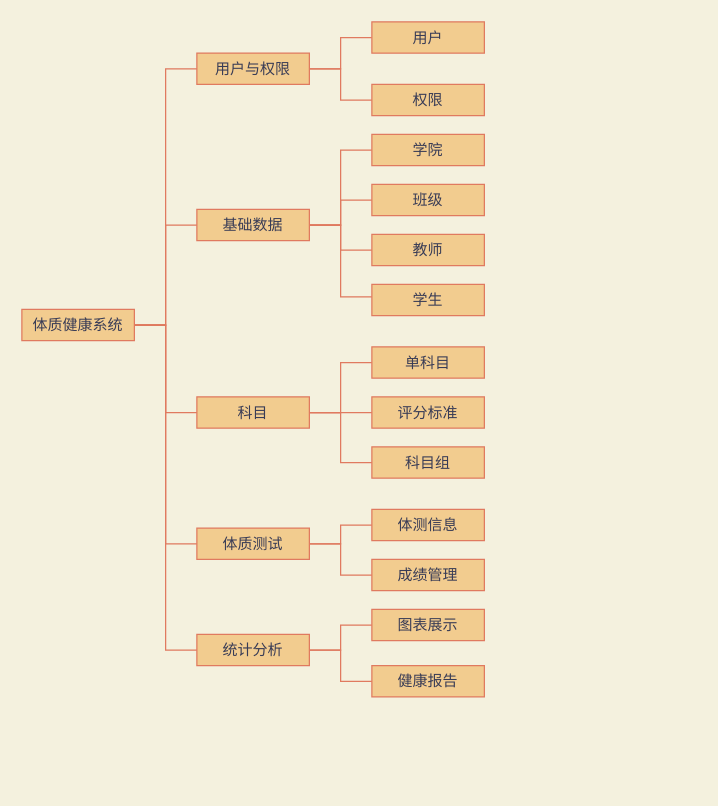
Above: docs/img-raw/功能模块.drawio in rufeng-h/healthman (draw.io), before the change. Source tidied: cells renumbered, new cells numbered last; positions are measured from the earlier drawing's top-left corner, leaving out a move shared by most shapes. Both pictures are drawn from the tidied source at 125%, with x=0, y=0 at pixel (21, 21).
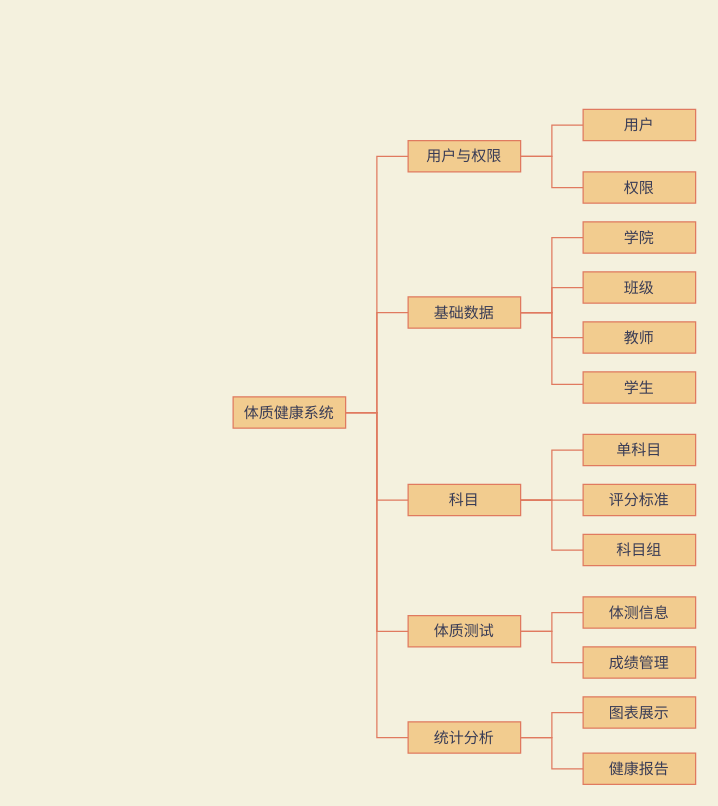
The same page after the edit.

The edit, as a diff of the source:
```diff
@@
+    <mxCell id="39" style="group;" parent="1" vertex="1">
+      <mxGeometry x="169" y="70" width="370" height="540" as="geometry" />
+    </mxCell>
-    <mxCell id="2" value="体质健康系统" style="whiteSpace=wrap;html=1;fillColor=#F2CC8F;strokeColor=#E07A5F;fontColor=#393C56;sketch=0;" parent="1" vertex="1">
+    <mxCell id="2" value="体质健康系统" style="whiteSpace=wrap;html=1;fillColor=#F2CC8F;strokeColor=#E07A5F;fontColor=#393C56;sketch=0;direction=west;" parent="39" vertex="1">
       <mxGeometry y="230" width="90" height="25" as="geometry" />
     </mxCell>
-    <mxCell id="3" value="用户与权限" style="whiteSpace=wrap;html=1;fillColor=#F2CC8F;strokeColor=#E07A5F;fontColor=#393C56;sketch=0;" parent="1" vertex="1">
+    <mxCell id="3" value="用户与权限" style="whiteSpace=wrap;html=1;fillColor=#F2CC8F;strokeColor=#E07A5F;fontColor=#393C56;sketch=0;direction=west;" parent="39" vertex="1">
       <mxGeometry x="140" y="25" width="90" height="25" as="geometry" />
     </mxCell>
-    <mxCell id="4" style="edgeStyle=elbowEdgeStyle;elbow=horizontal;html=1;rounded=0;endArrow=none;endFill=0;strokeColor=#E07A5F;fontColor=#393C56;sketch=0;labelBackgroundColor=#F4F1DE;" parent="1" edge="1" source="2" target="3">
-      <mxGeometry x="-390" y="-603.6" as="geometry" />
+    <mxCell id="4" style="edgeStyle=elbowEdgeStyle;elbow=horizontal;html=1;rounded=0;endArrow=none;endFill=0;strokeColor=#E07A5F;fontColor=#393C56;sketch=0;labelBackgroundColor=#F4F1DE;" parent="39" edge="1" source="2" target="3">
+      <mxGeometry x="-450" y="-1453.6" as="geometry" />
     </mxCell>
-    <mxCell id="5" value="基础数据" style="whiteSpace=wrap;html=1;fillColor=#F2CC8F;strokeColor=#E07A5F;fontColor=#393C56;sketch=0;" parent="1" vertex="1">
+    <mxCell id="5" value="基础数据" style="whiteSpace=wrap;html=1;fillColor=#F2CC8F;strokeColor=#E07A5F;fontColor=#393C56;sketch=0;direction=west;" parent="39" vertex="1">
       <mxGeometry x="140" y="150" width="90" height="25" as="geometry" />
     </mxCell>
-    <mxCell id="6" style="edgeStyle=elbowEdgeStyle;elbow=horizontal;html=1;rounded=0;endArrow=none;endFill=0;strokeColor=#E07A5F;fontColor=#393C56;sketch=0;jumpSize=2;labelBackgroundColor=#F4F1DE;" parent="1" edge="1" source="2" target="5">
-      <mxGeometry x="-390" y="-603.6" as="geometry" />
+    <mxCell id="6" style="edgeStyle=elbowEdgeStyle;elbow=horizontal;html=1;rounded=0;endArrow=none;endFill=0;strokeColor=#E07A5F;fontColor=#393C56;sketch=0;jumpSize=2;labelBackgroundColor=#F4F1DE;" parent="39" edge="1" source="2" target="5">
+      <mxGeometry x="-450" y="-1453.6" as="geometry" />
     </mxCell>
-    <mxCell id="7" style="edgeStyle=elbowEdgeStyle;elbow=horizontal;html=1;rounded=0;endArrow=none;endFill=0;strokeColor=#E07A5F;fontColor=#393C56;sketch=0;labelBackgroundColor=#F4F1DE;" parent="1" edge="1" source="3" target="8">
-      <mxGeometry x="-390" y="-588.6" as="geometry" />
+    <mxCell id="7" style="edgeStyle=elbowEdgeStyle;elbow=horizontal;html=1;rounded=0;endArrow=none;endFill=0;strokeColor=#E07A5F;fontColor=#393C56;sketch=0;labelBackgroundColor=#F4F1DE;" parent="39" edge="1" source="3" target="8">
+      <mxGeometry x="-450" y="-1438.6" as="geometry" />
     </mxCell>
-    <mxCell id="8" value="用户" style="whiteSpace=wrap;html=1;fillColor=#F2CC8F;strokeColor=#E07A5F;fontColor=#393C56;sketch=0;" parent="1" vertex="1">
+    <mxCell id="8" value="用户" style="whiteSpace=wrap;html=1;fillColor=#F2CC8F;strokeColor=#E07A5F;fontColor=#393C56;sketch=0;direction=west;" parent="39" vertex="1">
       <mxGeometry x="280" width="90" height="25" as="geometry" />
     </mxCell>
-    <mxCell id="9" style="edgeStyle=elbowEdgeStyle;elbow=horizontal;html=1;rounded=0;endArrow=none;endFill=0;strokeColor=#E07A5F;fontColor=#393C56;sketch=0;labelBackgroundColor=#F4F1DE;" parent="1" edge="1" source="5" target="10">
-      <mxGeometry x="-390" y="-603.6" as="geometry" />
+    <mxCell id="9" style="edgeStyle=elbowEdgeStyle;elbow=horizontal;html=1;rounded=0;endArrow=none;endFill=0;strokeColor=#E07A5F;fontColor=#393C56;sketch=0;labelBackgroundColor=#F4F1DE;" parent="39" edge="1" source="5" target="10">
+      <mxGeometry x="-450" y="-1453.6" as="geometry" />
     </mxCell>
-    <mxCell id="10" value="学院" style="whiteSpace=wrap;html=1;fillColor=#F2CC8F;strokeColor=#E07A5F;fontColor=#393C56;sketch=0;" parent="1" vertex="1">
+    <mxCell id="10" value="学院" style="whiteSpace=wrap;html=1;fillColor=#F2CC8F;strokeColor=#E07A5F;fontColor=#393C56;sketch=0;direction=west;" parent="39" vertex="1">
       <mxGeometry x="280" y="90" width="90" height="25" as="geometry" />
     </mxCell>
-    <mxCell id="11" value="科目" style="whiteSpace=wrap;html=1;fillColor=#F2CC8F;strokeColor=#E07A5F;fontColor=#393C56;sketch=0;" parent="1" vertex="1">
+    <mxCell id="11" value="科目" style="whiteSpace=wrap;html=1;fillColor=#F2CC8F;strokeColor=#E07A5F;fontColor=#393C56;sketch=0;direction=west;" parent="39" vertex="1">
       <mxGeometry x="140" y="300" width="90" height="25" as="geometry" />
     </mxCell>
-    <mxCell id="12" value="体质测试" style="whiteSpace=wrap;html=1;fillColor=#F2CC8F;strokeColor=#E07A5F;fontColor=#393C56;movableLabel=0;sketch=0;" parent="1" vertex="1">
+    <mxCell id="12" value="体质测试" style="whiteSpace=wrap;html=1;fillColor=#F2CC8F;strokeColor=#E07A5F;fontColor=#393C56;movableLabel=0;sketch=0;direction=west;" parent="39" vertex="1">
       <mxGeometry x="140" y="405" width="90" height="25" as="geometry" />
     </mxCell>
-    <mxCell id="13" style="edgeStyle=elbowEdgeStyle;elbow=horizontal;html=1;rounded=0;endArrow=none;endFill=0;strokeColor=#E07A5F;fontColor=#393C56;sketch=0;labelBackgroundColor=#F4F1DE;" parent="1" edge="1" source="2" target="11">
-      <mxGeometry x="-390" y="-603.6" as="geometry" />
+    <mxCell id="13" style="edgeStyle=elbowEdgeStyle;elbow=horizontal;html=1;rounded=0;endArrow=none;endFill=0;strokeColor=#E07A5F;fontColor=#393C56;sketch=0;labelBackgroundColor=#F4F1DE;" parent="39" edge="1" source="2" target="11">
+      <mxGeometry x="-450" y="-1453.6" as="geometry" />
     </mxCell>
-    <mxCell id="14" style="edgeStyle=elbowEdgeStyle;elbow=horizontal;html=1;rounded=0;endArrow=none;endFill=0;strokeColor=#E07A5F;fontColor=#393C56;sketch=0;labelBackgroundColor=#F4F1DE;" parent="1" edge="1" source="2" target="12">
-      <mxGeometry x="-390" y="-603.6" as="geometry" />
+    <mxCell id="14" style="edgeStyle=elbowEdgeStyle;elbow=horizontal;html=1;rounded=0;endArrow=none;endFill=0;strokeColor=#E07A5F;fontColor=#393C56;sketch=0;labelBackgroundColor=#F4F1DE;" parent="39" edge="1" source="2" target="12">
+      <mxGeometry x="-450" y="-1453.6" as="geometry" />
     </mxCell>
-    <mxCell id="15" value="统计分析" style="whiteSpace=wrap;html=1;fillColor=#F2CC8F;strokeColor=#E07A5F;fontColor=#393C56;sketch=0;" parent="1" vertex="1">
+    <mxCell id="15" value="统计分析" style="whiteSpace=wrap;html=1;fillColor=#F2CC8F;strokeColor=#E07A5F;fontColor=#393C56;sketch=0;direction=west;" parent="39" vertex="1">
       <mxGeometry x="140" y="490" width="90" height="25" as="geometry" />
     </mxCell>
-    <mxCell id="16" style="edgeStyle=elbowEdgeStyle;elbow=horizontal;html=1;rounded=0;endArrow=none;endFill=0;strokeColor=#E07A5F;fontColor=#393C56;sketch=0;labelBackgroundColor=#F4F1DE;" parent="1" edge="1" source="2" target="15">
-      <mxGeometry x="-390" y="-603.6" as="geometry" />
+    <mxCell id="16" style="edgeStyle=elbowEdgeStyle;elbow=horizontal;html=1;rounded=0;endArrow=none;endFill=0;strokeColor=#E07A5F;fontColor=#393C56;sketch=0;labelBackgroundColor=#F4F1DE;" parent="39" edge="1" source="2" target="15">
+      <mxGeometry x="-450" y="-1453.6" as="geometry" />
     </mxCell>
-    <mxCell id="17" value="权限" style="whiteSpace=wrap;html=1;fillColor=#F2CC8F;strokeColor=#E07A5F;fontColor=#393C56;sketch=0;" parent="1" vertex="1">
+    <mxCell id="17" value="权限" style="whiteSpace=wrap;html=1;fillColor=#F2CC8F;strokeColor=#E07A5F;fontColor=#393C56;sketch=0;direction=west;" parent="39" vertex="1">
       <mxGeometry x="280" y="50" width="90" height="25" as="geometry" />
     </mxCell>
-    <mxCell id="18" style="edgeStyle=elbowEdgeStyle;elbow=horizontal;html=1;rounded=0;endArrow=none;endFill=0;strokeColor=#E07A5F;fontColor=#393C56;sketch=0;labelBackgroundColor=#F4F1DE;" parent="1" edge="1" source="3" target="17">
-      <mxGeometry x="-390" y="-588.6" as="geometry" />
+    <mxCell id="18" style="edgeStyle=elbowEdgeStyle;elbow=horizontal;html=1;rounded=0;endArrow=none;endFill=0;strokeColor=#E07A5F;fontColor=#393C56;sketch=0;labelBackgroundColor=#F4F1DE;" parent="39" edge="1" source="3" target="17">
+      <mxGeometry x="-450" y="-1438.6" as="geometry" />
     </mxCell>
-    <mxCell id="19" value="班级" style="whiteSpace=wrap;html=1;fillColor=#F2CC8F;strokeColor=#E07A5F;fontColor=#393C56;sketch=0;" parent="1" vertex="1">
+    <mxCell id="19" value="班级" style="whiteSpace=wrap;html=1;fillColor=#F2CC8F;strokeColor=#E07A5F;fontColor=#393C56;sketch=0;direction=west;" parent="39" vertex="1">
       <mxGeometry x="280" y="130" width="90" height="25" as="geometry" />
     </mxCell>
-    <mxCell id="20" style="edgeStyle=elbowEdgeStyle;elbow=horizontal;html=1;rounded=0;endArrow=none;endFill=0;strokeColor=#E07A5F;fontColor=#393C56;sketch=0;labelBackgroundColor=#F4F1DE;" parent="1" edge="1" source="5" target="19">
-      <mxGeometry x="-390" y="-603.6" as="geometry" />
+    <mxCell id="20" style="edgeStyle=elbowEdgeStyle;elbow=horizontal;html=1;rounded=0;endArrow=none;endFill=0;strokeColor=#E07A5F;fontColor=#393C56;sketch=0;labelBackgroundColor=#F4F1DE;" parent="39" edge="1" source="5" target="19">
+      <mxGeometry x="-450" y="-1453.6" as="geometry" />
     </mxCell>
-    <mxCell id="21" value="教师" style="whiteSpace=wrap;html=1;fillColor=#F2CC8F;strokeColor=#E07A5F;fontColor=#393C56;sketch=0;" parent="1" vertex="1">
+    <mxCell id="21" value="教师" style="whiteSpace=wrap;html=1;fillColor=#F2CC8F;strokeColor=#E07A5F;fontColor=#393C56;sketch=0;direction=west;" parent="39" vertex="1">
       <mxGeometry x="280" y="170" width="90" height="25" as="geometry" />
     </mxCell>
-    <mxCell id="22" style="edgeStyle=elbowEdgeStyle;elbow=horizontal;html=1;rounded=0;endArrow=none;endFill=0;strokeColor=#E07A5F;fontColor=#393C56;sketch=0;labelBackgroundColor=#F4F1DE;" parent="1" edge="1" source="5" target="21">
-      <mxGeometry x="-390" y="-603.6" as="geometry" />
+    <mxCell id="22" style="edgeStyle=elbowEdgeStyle;elbow=horizontal;html=1;rounded=0;endArrow=none;endFill=0;strokeColor=#E07A5F;fontColor=#393C56;sketch=0;labelBackgroundColor=#F4F1DE;" parent="39" edge="1" source="5" target="21">
+      <mxGeometry x="-450" y="-1453.6" as="geometry" />
     </mxCell>
-    <mxCell id="23" value="学生" style="whiteSpace=wrap;html=1;fillColor=#F2CC8F;strokeColor=#E07A5F;fontColor=#393C56;sketch=0;" parent="1" vertex="1">
+    <mxCell id="23" value="学生" style="whiteSpace=wrap;html=1;fillColor=#F2CC8F;strokeColor=#E07A5F;fontColor=#393C56;sketch=0;direction=west;" parent="39" vertex="1">
       <mxGeometry x="280" y="210" width="90" height="25" as="geometry" />
     </mxCell>
-    <mxCell id="24" style="edgeStyle=elbowEdgeStyle;elbow=horizontal;html=1;endArrow=none;endFill=0;strokeColor=#E07A5F;fontColor=#393C56;sketch=0;startSize=11;jumpSize=1;jumpStyle=gap;targetPerimeterSpacing=0;sourcePerimeterSpacing=0;endSize=11;rounded=0;labelBackgroundColor=#F4F1DE;" parent="1" edge="1" source="5" target="23">
-      <mxGeometry x="-390" y="-603.6" as="geometry">
+    <mxCell id="24" style="edgeStyle=elbowEdgeStyle;elbow=horizontal;html=1;endArrow=none;endFill=0;strokeColor=#E07A5F;fontColor=#393C56;sketch=0;startSize=11;jumpSize=1;jumpStyle=gap;targetPerimeterSpacing=0;sourcePerimeterSpacing=0;endSize=11;rounded=0;labelBackgroundColor=#F4F1DE;" parent="39" edge="1" source="5" target="23">
+      <mxGeometry x="-450" y="-1453.6" as="geometry">
         <Array as="points">
           <mxPoint x="255" y="220" />
           <mxPoint x="255" y="210" />
         </Array>
       </mxGeometry>
     </mxCell>
-    <mxCell id="25" style="edgeStyle=elbowEdgeStyle;elbow=horizontal;html=1;rounded=0;endArrow=none;endFill=0;strokeColor=#E07A5F;fontColor=#393C56;sketch=0;labelBackgroundColor=#F4F1DE;" parent="1" edge="1" source="11" target="26">
-      <mxGeometry x="-390" y="-603.6" as="geometry" />
+    <mxCell id="25" style="edgeStyle=elbowEdgeStyle;elbow=horizontal;html=1;rounded=0;endArrow=none;endFill=0;strokeColor=#E07A5F;fontColor=#393C56;sketch=0;labelBackgroundColor=#F4F1DE;" parent="39" edge="1" source="11" target="26">
+      <mxGeometry x="-450" y="-1453.6" as="geometry" />
     </mxCell>
-    <mxCell id="26" value="单科目" style="whiteSpace=wrap;html=1;fillColor=#F2CC8F;strokeColor=#E07A5F;fontColor=#393C56;sketch=0;" parent="1" vertex="1">
+    <mxCell id="26" value="单科目" style="whiteSpace=wrap;html=1;fillColor=#F2CC8F;strokeColor=#E07A5F;fontColor=#393C56;sketch=0;direction=west;" parent="39" vertex="1">
       <mxGeometry x="280" y="260" width="90" height="25" as="geometry" />
     </mxCell>
-    <mxCell id="27" value="评分标准" style="whiteSpace=wrap;html=1;fillColor=#F2CC8F;strokeColor=#E07A5F;fontColor=#393C56;sketch=0;" parent="1" vertex="1">
+    <mxCell id="27" value="评分标准" style="whiteSpace=wrap;html=1;fillColor=#F2CC8F;strokeColor=#E07A5F;fontColor=#393C56;sketch=0;direction=west;" parent="39" vertex="1">
       <mxGeometry x="280" y="300" width="90" height="25" as="geometry" />
     </mxCell>
-    <mxCell id="28" style="edgeStyle=elbowEdgeStyle;elbow=horizontal;html=1;rounded=0;endArrow=none;endFill=0;strokeColor=#E07A5F;fontColor=#393C56;sketch=0;labelBackgroundColor=#F4F1DE;" parent="1" edge="1" source="11" target="27">
-      <mxGeometry x="-390" y="-603.6" as="geometry" />
+    <mxCell id="28" style="edgeStyle=elbowEdgeStyle;elbow=horizontal;html=1;rounded=0;endArrow=none;endFill=0;strokeColor=#E07A5F;fontColor=#393C56;sketch=0;labelBackgroundColor=#F4F1DE;" parent="39" edge="1" source="11" target="27">
+      <mxGeometry x="-450" y="-1453.6" as="geometry" />
     </mxCell>
-    <mxCell id="29" value="科目组" style="whiteSpace=wrap;html=1;fillColor=#F2CC8F;strokeColor=#E07A5F;fontColor=#393C56;sketch=0;" parent="1" vertex="1">
+    <mxCell id="29" value="科目组" style="whiteSpace=wrap;html=1;fillColor=#F2CC8F;strokeColor=#E07A5F;fontColor=#393C56;sketch=0;direction=west;" parent="39" vertex="1">
       <mxGeometry x="280" y="340" width="90" height="25" as="geometry" />
     </mxCell>
-    <mxCell id="30" style="edgeStyle=elbowEdgeStyle;elbow=horizontal;html=1;rounded=0;endArrow=none;endFill=0;strokeColor=#E07A5F;fontColor=#393C56;sketch=0;labelBackgroundColor=#F4F1DE;" parent="1" edge="1" source="11" target="29">
-      <mxGeometry x="-390" y="-603.6" as="geometry" />
+    <mxCell id="30" style="edgeStyle=elbowEdgeStyle;elbow=horizontal;html=1;rounded=0;endArrow=none;endFill=0;strokeColor=#E07A5F;fontColor=#393C56;sketch=0;labelBackgroundColor=#F4F1DE;" parent="39" edge="1" source="11" target="29">
+      <mxGeometry x="-450" y="-1453.6" as="geometry" />
     </mxCell>
-    <mxCell id="31" style="edgeStyle=elbowEdgeStyle;elbow=horizontal;html=1;rounded=0;endArrow=none;endFill=0;strokeColor=#E07A5F;fontColor=#393C56;sketch=0;labelBackgroundColor=#F4F1DE;" parent="1" edge="1" source="12" target="32">
-      <mxGeometry x="-390" y="-603.6" as="geometry" />
+    <mxCell id="31" style="edgeStyle=elbowEdgeStyle;elbow=horizontal;html=1;rounded=0;endArrow=none;endFill=0;strokeColor=#E07A5F;fontColor=#393C56;sketch=0;labelBackgroundColor=#F4F1DE;" parent="39" edge="1" source="12" target="32">
+      <mxGeometry x="-450" y="-1453.6" as="geometry" />
     </mxCell>
-    <mxCell id="32" value="体测信息" style="whiteSpace=wrap;html=1;fillColor=#F2CC8F;strokeColor=#E07A5F;fontColor=#393C56;sketch=0;" parent="1" vertex="1">
+    <mxCell id="32" value="体测信息" style="whiteSpace=wrap;html=1;fillColor=#F2CC8F;strokeColor=#E07A5F;fontColor=#393C56;sketch=0;direction=west;" parent="39" vertex="1">
       <mxGeometry x="280" y="390" width="90" height="25" as="geometry" />
     </mxCell>
-    <mxCell id="33" value="成绩管理" style="whiteSpace=wrap;html=1;fillColor=#F2CC8F;strokeColor=#E07A5F;fontColor=#393C56;sketch=0;" parent="1" vertex="1">
+    <mxCell id="33" value="成绩管理" style="whiteSpace=wrap;html=1;fillColor=#F2CC8F;strokeColor=#E07A5F;fontColor=#393C56;sketch=0;direction=west;" parent="39" vertex="1">
       <mxGeometry x="280" y="430" width="90" height="25" as="geometry" />
     </mxCell>
-    <mxCell id="34" style="edgeStyle=elbowEdgeStyle;elbow=horizontal;html=1;rounded=0;endArrow=none;endFill=0;strokeColor=#E07A5F;fontColor=#393C56;sketch=0;labelBackgroundColor=#F4F1DE;" parent="1" edge="1" source="12" target="33">
-      <mxGeometry x="-390" y="-603.6" as="geometry" />
+    <mxCell id="34" style="edgeStyle=elbowEdgeStyle;elbow=horizontal;html=1;rounded=0;endArrow=none;endFill=0;strokeColor=#E07A5F;fontColor=#393C56;sketch=0;labelBackgroundColor=#F4F1DE;" parent="39" edge="1" source="12" target="33">
+      <mxGeometry x="-450" y="-1453.6" as="geometry" />
     </mxCell>
-    <mxCell id="35" style="edgeStyle=elbowEdgeStyle;elbow=horizontal;html=1;rounded=0;endArrow=none;endFill=0;strokeColor=#E07A5F;fontColor=#393C56;sketch=0;labelBackgroundColor=#F4F1DE;" parent="1" edge="1" source="15" target="36">
-      <mxGeometry x="-390" y="-603.6" as="geometry" />
+    <mxCell id="35" style="edgeStyle=elbowEdgeStyle;elbow=horizontal;html=1;rounded=0;endArrow=none;endFill=0;strokeColor=#E07A5F;fontColor=#393C56;sketch=0;labelBackgroundColor=#F4F1DE;" parent="39" edge="1" source="15" target="36">
+      <mxGeometry x="-450" y="-1453.6" as="geometry" />
     </mxCell>
-    <mxCell id="36" value="图表展示" style="whiteSpace=wrap;html=1;fillColor=#F2CC8F;strokeColor=#E07A5F;fontColor=#393C56;sketch=0;" parent="1" vertex="1">
+    <mxCell id="36" value="图表展示" style="whiteSpace=wrap;html=1;fillColor=#F2CC8F;strokeColor=#E07A5F;fontColor=#393C56;sketch=0;direction=west;" parent="39" vertex="1">
       <mxGeometry x="280" y="470" width="90" height="25" as="geometry" />
     </mxCell>
-    <mxCell id="37" value="健康报告" style="whiteSpace=wrap;html=1;fillColor=#F2CC8F;strokeColor=#E07A5F;fontColor=#393C56;sketch=0;" parent="1" vertex="1">
+    <mxCell id="37" value="健康报告" style="whiteSpace=wrap;html=1;fillColor=#F2CC8F;strokeColor=#E07A5F;fontColor=#393C56;sketch=0;direction=west;" parent="39" vertex="1">
       <mxGeometry x="280" y="515" width="90" height="25" as="geometry" />
     </mxCell>
-    <mxCell id="38" style="edgeStyle=elbowEdgeStyle;elbow=horizontal;html=1;rounded=0;endArrow=none;endFill=0;strokeColor=#E07A5F;fontColor=#393C56;sketch=0;labelBackgroundColor=#F4F1DE;" parent="1" edge="1" source="15" target="37">
-      <mxGeometry x="-680" y="-953.6" as="geometry" />
+    <mxCell id="38" style="edgeStyle=elbowEdgeStyle;elbow=horizontal;html=1;rounded=0;endArrow=none;endFill=0;strokeColor=#E07A5F;fontColor=#393C56;sketch=0;labelBackgroundColor=#F4F1DE;" parent="39" edge="1" source="15" target="37">
+      <mxGeometry x="-740" y="-1803.6" as="geometry" />
     </mxCell>
```
